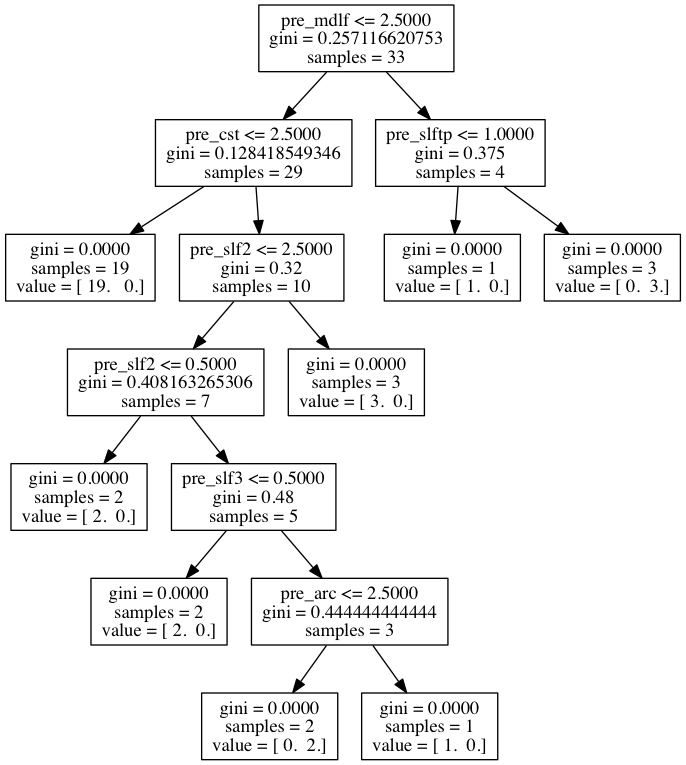
Before: neurosurgery_trees/preMOTOR.png, a diagram exported from Graphviz (akeshavan/myscripts). Its source is kept beside it as neurosurgery_trees/preMOTOR.dot.
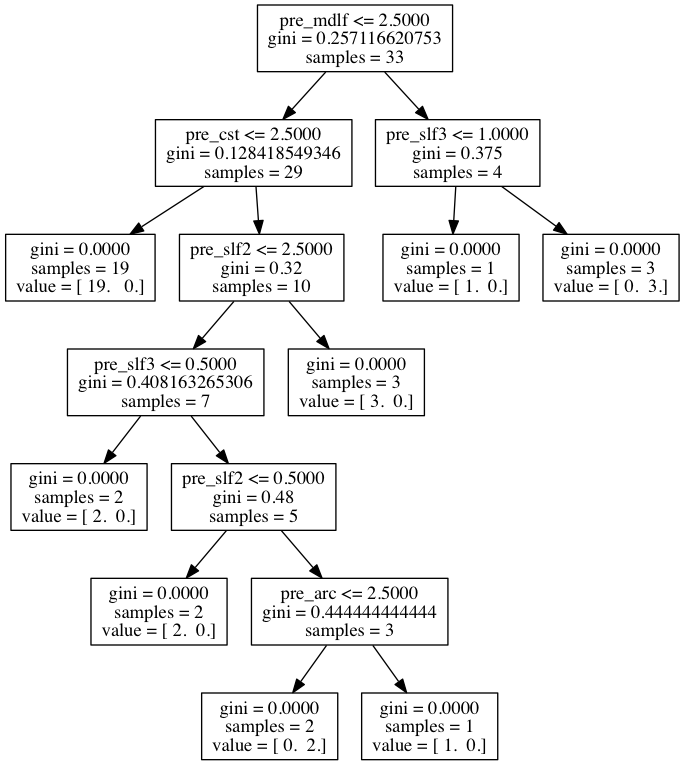
After the change.

Change to the diagram source:
```diff
@@ -6,11 +6,11 @@
 1 -> 2 ;
 3 [label="X[0] <= 2.5000\ngini = 0.32\nsamples = 10", shape="box"] ;
 1 -> 3 ;
-4 [label="X[0] <= 0.5000\ngini = 0.408163265306\nsamples = 7", shape="box"] ;
+4 [label="X[1] <= 0.5000\ngini = 0.408163265306\nsamples = 7", shape="box"] ;
 3 -> 4 ;
 5 [label="gini = 0.0000\nsamples = 2\nvalue = [ 2.  0.]", shape="box"] ;
 4 -> 5 ;
-6 [label="X[1] <= 0.5000\ngini = 0.48\nsamples = 5", shape="box"] ;
+6 [label="X[0] <= 0.5000\ngini = 0.48\nsamples = 5", shape="box"] ;
 4 -> 6 ;
 7 [label="gini = 0.0000\nsamples = 2\nvalue = [ 2.  0.]", shape="box"] ;
 6 -> 7 ;
@@ -22,7 +22,7 @@
 8 -> 10 ;
 11 [label="gini = 0.0000\nsamples = 3\nvalue = [ 3.  0.]", shape="box"] ;
 3 -> 11 ;
-12 [label="X[3] <= 1.0000\ngini = 0.375\nsamples = 4", shape="box"] ;
+12 [label="X[1] <= 1.0000\ngini = 0.375\nsamples = 4", shape="box"] ;
 0 -> 12 ;
 13 [label="gini = 0.0000\nsamples = 1\nvalue = [ 1.  0.]", shape="box"] ;
 12 -> 13 ;
```
